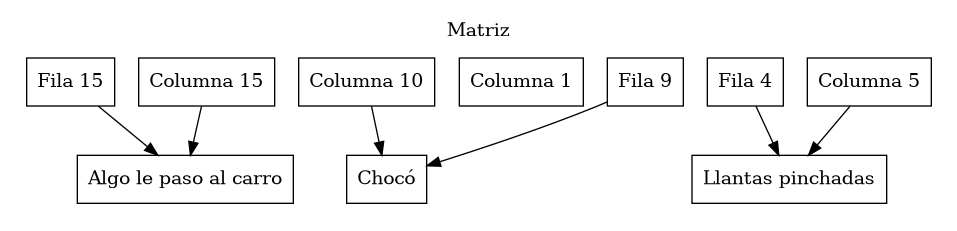
Rodrigo-1504/-EDD-1S2025_202202854 keeps this Graphviz diagram as Proyecto-Fase 1/Reportes/Matriz Dispersa.png. Above is the earlier version. Its source is kept beside it as Proyecto-Fase 1/Reportes/Matriz Dispersa.dot.
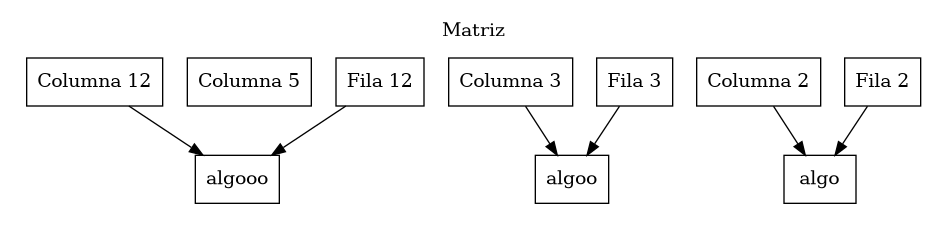
After the commit.

Diff of the diagram source:
```diff
@@ -4,21 +4,21 @@
 	rankdir=TB;
 	subgraph cluster_0{
 		label = "Matriz";
-		f4 [label = "Fila 4"];
-		f9 [label = "Fila 9"];
-		f15 [label = "Fila 15"];
-		c1 [label = "Columna 1"];
+		f2 [label = "Fila 2"];
+		f3 [label = "Fila 3"];
+		f12 [label = "Fila 12"];
+		c2 [label = "Columna 2"];
+		c3 [label = "Columna 3"];
 		c5 [label = "Columna 5"];
-		c10 [label = "Columna 10"];
-		c15 [label = "Columna 15"];
-		n4_5 [label = "Llantas pinchadas"];
-		f4 -> n4_5;
-		c5 -> n4_5;
-		n9_10 [label = "Chocó"];
-		f9 -> n9_10;
-		c10 -> n9_10;
-		n15_15 [label = "Algo le paso al carro"];
-		f15 -> n15_15;
-		c15 -> n15_15;
+		c12 [label = "Columna 12"];
+		n2_2 [label = "algo"];
+		f2 -> n2_2;
+		c2 -> n2_2;
+		n3_3 [label = "algoo"];
+		f3 -> n3_3;
+		c3 -> n3_3;
+		n12_12 [label = "algooo"];
+		f12 -> n12_12;
+		c12 -> n12_12;
 	}
 }
```
